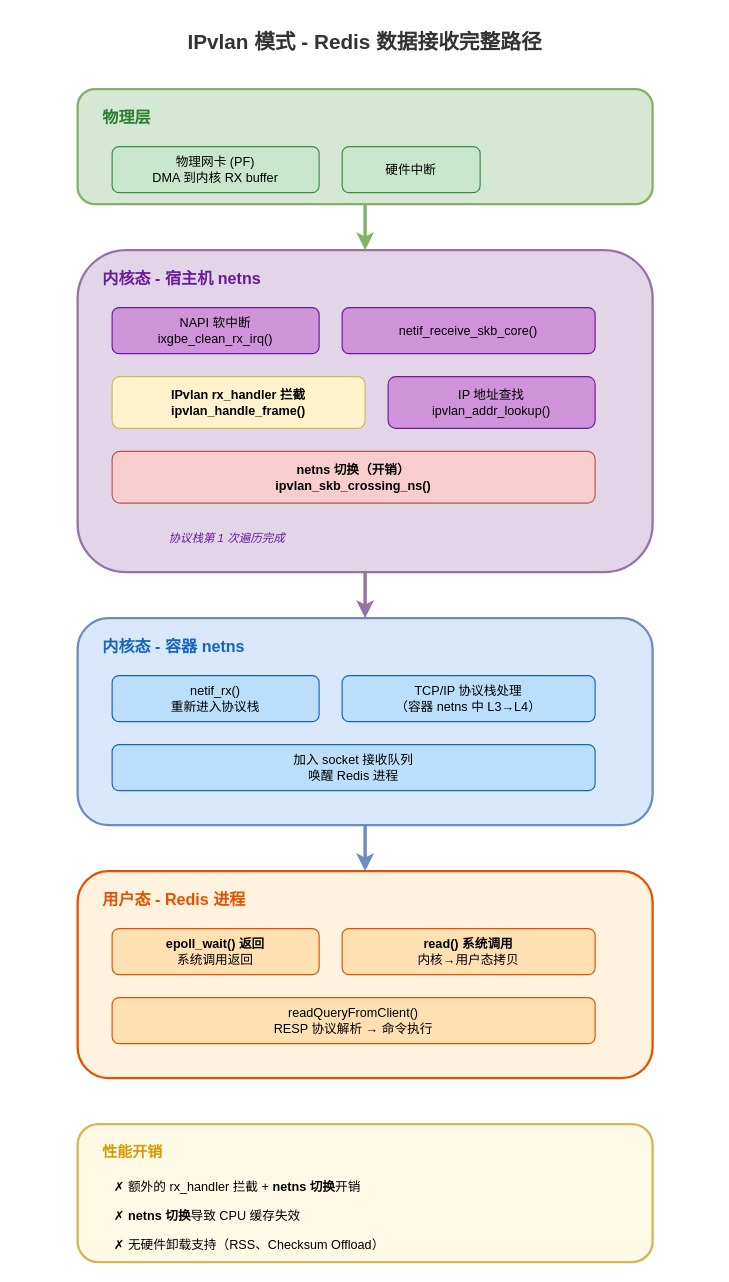
Above: diagrams/redis/redis_rx_ipvlan.drawio in fsqHub/docker-sriov-plugin (draw.io), before the change. Source tidied: cells renumbered, new cells numbered last; positions are measured from the earlier drawing's top-left corner, leaving out a move shared by most shapes. Both pictures are drawn from the tidied source at 115%, with x=0, y=0 at pixel (20, 20).
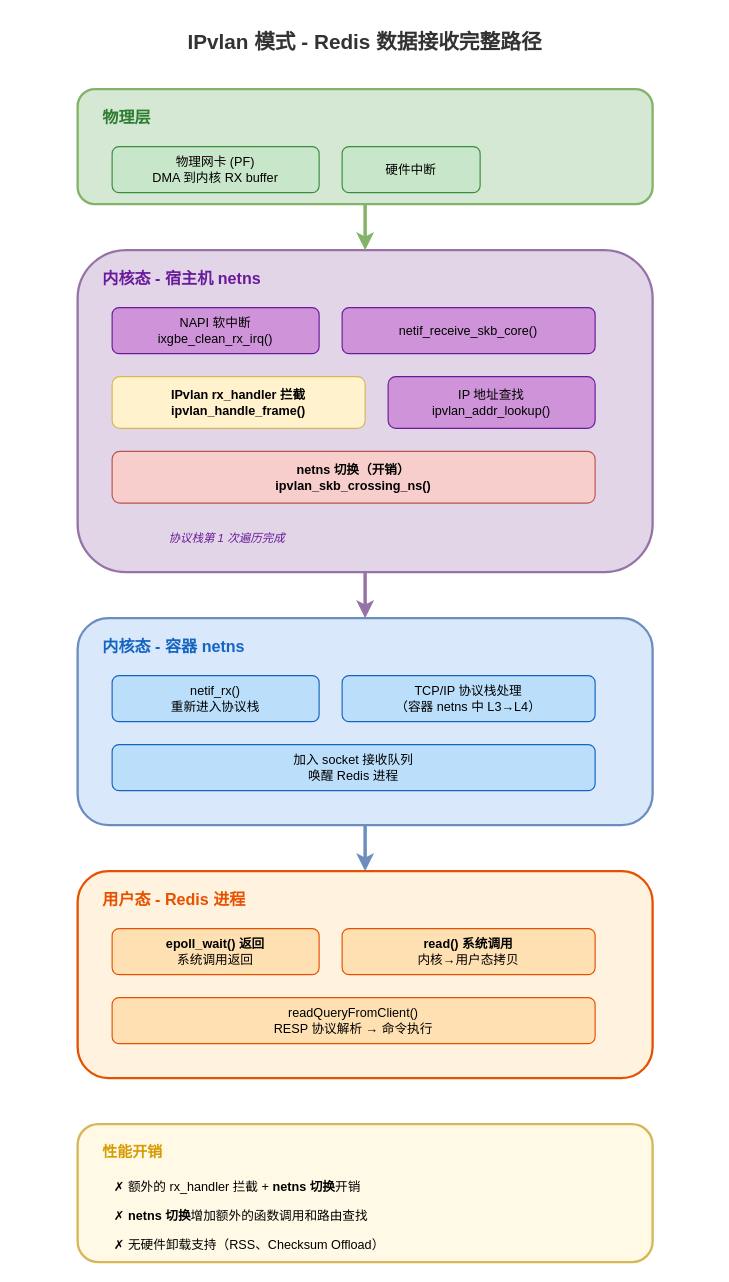
Above is the later version.

Diff of the diagram source:
```diff
@@
-    <mxCell id="31" value="✗ &lt;b&gt;netns 切换&lt;/b&gt;导致 CPU 缓存失效" style="text;html=1;align=left;verticalAlign=middle;whiteSpace=wrap;fontSize=11;" parent="1" vertex="1">
+    <mxCell id="31" value="✗ &lt;b&gt;netns 切换&lt;/b&gt;增加额外的函数调用和路由查找" style="text;html=1;align=left;verticalAlign=middle;whiteSpace=wrap;fontSize=11;" parent="1" vertex="1">
       <mxGeometry x="80" y="1030" width="250" height="20" as="geometry" />
     </mxCell>
```
